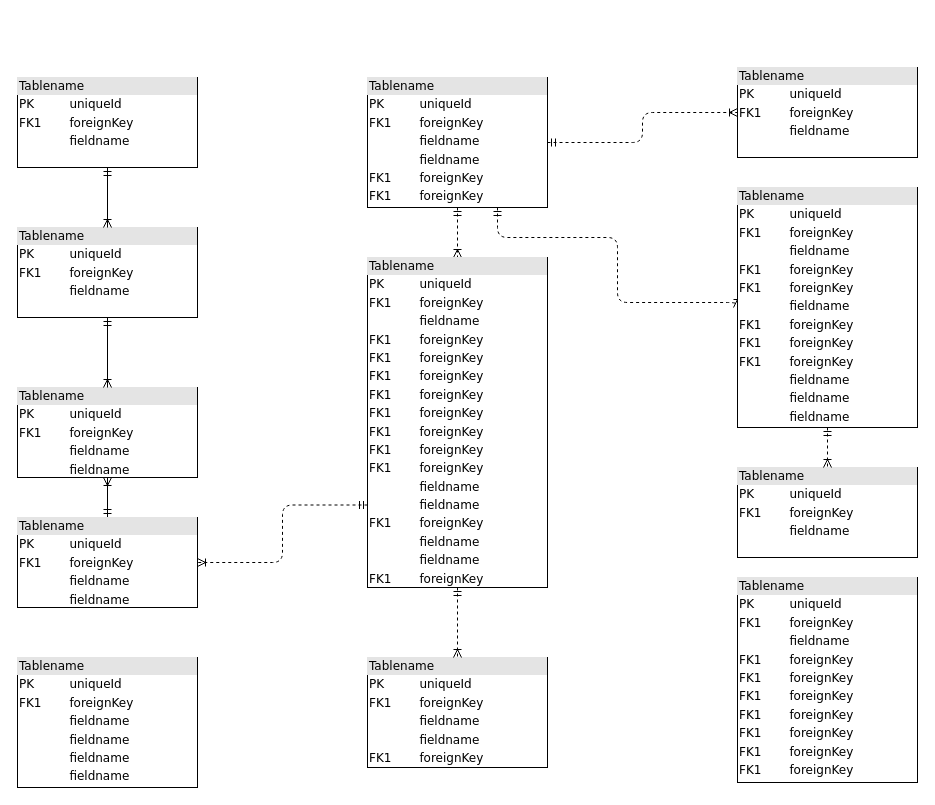
This is test.drawio from Pelifefe/learn-nodejs, a draw.io file, before an edit. Source tidied: cells renumbered, new cells numbered last; positions are measured from the earlier drawing's top-left corner, leaving out a move shared by most shapes. Both pictures are drawn from the tidied source at 100%, with x=0, y=0 at pixel (17, 67).
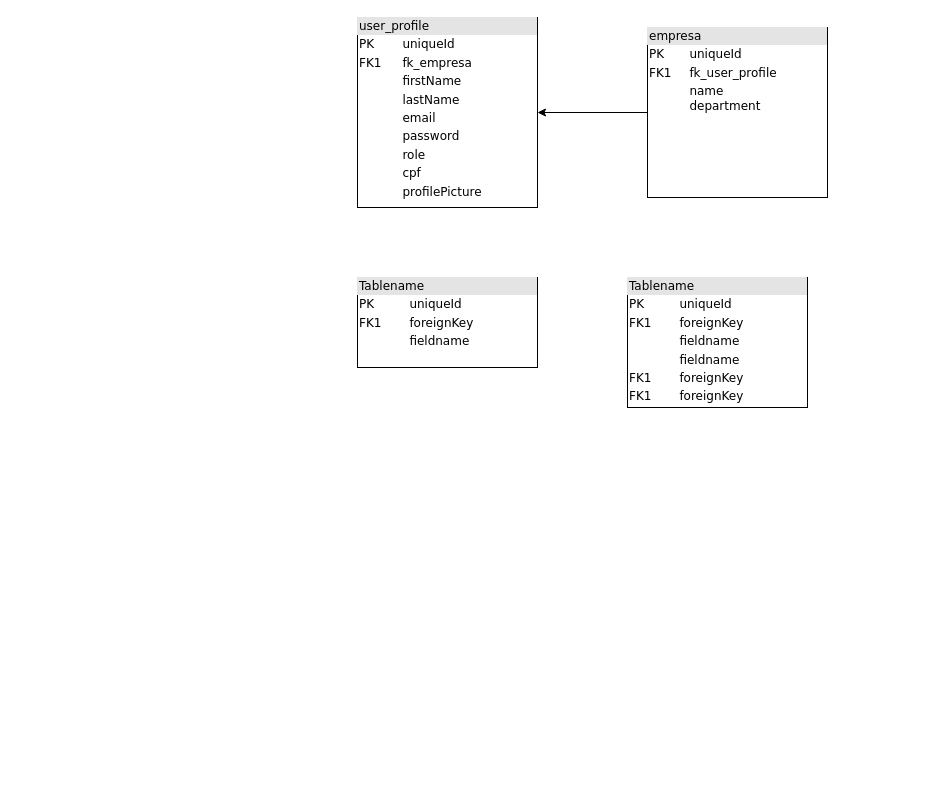
After the change.

Change to the diagram source:
```diff
@@
     <mxCell id="2" value="&lt;div style=&quot;box-sizing:border-box;width:100%;background:#e4e4e4;padding:2px;&quot;&gt;Tablename&lt;/div&gt;&lt;table style=&quot;width:100%;font-size:1em;&quot; cellpadding=&quot;2&quot; cellspacing=&quot;0&quot;&gt;&lt;tr&gt;&lt;td&gt;PK&lt;/td&gt;&lt;td&gt;uniqueId&lt;/td&gt;&lt;/tr&gt;&lt;tr&gt;&lt;td&gt;FK1&lt;/td&gt;&lt;td&gt;foreignKey&lt;/td&gt;&lt;/tr&gt;&lt;tr&gt;&lt;td&gt;&lt;/td&gt;&lt;td&gt;fieldname&lt;/td&gt;&lt;/tr&gt;&lt;/table&gt;" style="verticalAlign=top;align=left;overflow=fill;html=1;rounded=0;shadow=0;comic=0;labelBackgroundColor=none;strokeWidth=1;fontFamily=Verdana;fontSize=12;" parent="1" vertex="1">
-      <mxGeometry y="10" width="180" height="90" as="geometry" />
+      <mxGeometry x="340" y="210" width="180" height="90" as="geometry" />
     </mxCell>
-    <mxCell id="3" style="edgeStyle=orthogonalEdgeStyle;html=1;entryX=0.5;entryY=0;dashed=1;labelBackgroundColor=none;startArrow=ERmandOne;endArrow=ERoneToMany;fontFamily=Verdana;fontSize=12;align=left;" parent="1" edge="1" source="6" target="16">
-      <mxGeometry relative="1" as="geometry" />
-    </mxCell>
-    <mxCell id="4" style="edgeStyle=orthogonalEdgeStyle;html=1;dashed=1;labelBackgroundColor=none;startArrow=ERmandOne;endArrow=ERoneToMany;fontFamily=Verdana;fontSize=12;align=left;entryX=0;entryY=0.5;" parent="1" edge="1" source="6" target="19">
-      <mxGeometry relative="1" as="geometry">
-        <Array as="points">
-          <mxPoint x="480" y="170" />
-          <mxPoint x="600" y="170" />
-          <mxPoint x="600" y="235" />
-        </Array>
-      </mxGeometry>
-    </mxCell>
-    <mxCell id="5" style="edgeStyle=orthogonalEdgeStyle;html=1;dashed=1;labelBackgroundColor=none;startArrow=ERmandOne;endArrow=ERoneToMany;fontFamily=Verdana;fontSize=12;align=left;" parent="1" edge="1" source="6" target="20">
-      <mxGeometry relative="1" as="geometry" />
-    </mxCell>
     <mxCell id="6" value="&lt;div style=&quot;box-sizing: border-box ; width: 100% ; background: #e4e4e4 ; padding: 2px&quot;&gt;Tablename&lt;/div&gt;&lt;table style=&quot;width: 100% ; font-size: 1em&quot; cellpadding=&quot;2&quot; cellspacing=&quot;0&quot;&gt;&lt;tbody&gt;&lt;tr&gt;&lt;td&gt;PK&lt;/td&gt;&lt;td&gt;uniqueId&lt;/td&gt;&lt;/tr&gt;&lt;tr&gt;&lt;td&gt;FK1&lt;/td&gt;&lt;td&gt;foreignKey&lt;/td&gt;&lt;/tr&gt;&lt;tr&gt;&lt;td&gt;&lt;/td&gt;&lt;td&gt;fieldname&lt;/td&gt;&lt;/tr&gt;&lt;tr&gt;&lt;td&gt;&lt;br&gt;&lt;/td&gt;&lt;td&gt;fieldname&lt;br&gt;&lt;/td&gt;&lt;/tr&gt;&lt;tr&gt;&lt;td&gt;FK1&lt;br&gt;&lt;/td&gt;&lt;td&gt;foreignKey&lt;br&gt;&lt;/td&gt;&lt;/tr&gt;&lt;tr&gt;&lt;td&gt;FK1&lt;br&gt;&lt;/td&gt;&lt;td&gt;foreignKey&lt;br&gt;&lt;/td&gt;&lt;/tr&gt;&lt;/tbody&gt;&lt;/table&gt;" style="verticalAlign=top;align=left;overflow=fill;html=1;rounded=0;shadow=0;comic=0;labelBackgroundColor=none;strokeWidth=1;fontFamily=Verdana;fontSize=12;" parent="1" vertex="1">
-      <mxGeometry x="350" y="10" width="180" height="130" as="geometry" />
+      <mxGeometry x="610" y="210" width="180" height="130" as="geometry" />
     </mxCell>
-    <mxCell id="7" style="edgeStyle=orthogonalEdgeStyle;html=1;labelBackgroundColor=none;startArrow=ERmandOne;endArrow=ERoneToMany;fontFamily=Verdana;fontSize=12;align=left;" parent="1" edge="1" source="9" target="10">
-      <mxGeometry relative="1" as="geometry" />
-    </mxCell>
-    <mxCell id="8" style="edgeStyle=orthogonalEdgeStyle;html=1;exitX=0;exitY=0.75;entryX=1;entryY=0.5;dashed=1;labelBackgroundColor=none;startArrow=ERmandOne;endArrow=ERoneToMany;fontFamily=Verdana;fontSize=12;align=left;" parent="1" edge="1" source="16" target="9">
-      <mxGeometry relative="1" as="geometry" />
-    </mxCell>
-    <mxCell id="9" value="&lt;div style=&quot;box-sizing: border-box ; width: 100% ; background: #e4e4e4 ; padding: 2px&quot;&gt;Tablename&lt;/div&gt;&lt;table style=&quot;width: 100% ; font-size: 1em&quot; cellpadding=&quot;2&quot; cellspacing=&quot;0&quot;&gt;&lt;tbody&gt;&lt;tr&gt;&lt;td&gt;PK&lt;/td&gt;&lt;td&gt;uniqueId&lt;/td&gt;&lt;/tr&gt;&lt;tr&gt;&lt;td&gt;FK1&lt;/td&gt;&lt;td&gt;foreignKey&lt;/td&gt;&lt;/tr&gt;&lt;tr&gt;&lt;td&gt;&lt;/td&gt;&lt;td&gt;fieldname&lt;/td&gt;&lt;/tr&gt;&lt;tr&gt;&lt;td&gt;&lt;br&gt;&lt;/td&gt;&lt;td&gt;fieldname&lt;br&gt;&lt;/td&gt;&lt;/tr&gt;&lt;/tbody&gt;&lt;/table&gt;" style="verticalAlign=top;align=left;overflow=fill;html=1;rounded=0;shadow=0;comic=0;labelBackgroundColor=none;strokeWidth=1;fontFamily=Verdana;fontSize=12;" parent="1" vertex="1">
-      <mxGeometry y="450" width="180" height="90" as="geometry" />
-    </mxCell>
-    <mxCell id="10" value="&lt;div style=&quot;box-sizing: border-box ; width: 100% ; background: #e4e4e4 ; padding: 2px&quot;&gt;Tablename&lt;/div&gt;&lt;table style=&quot;width: 100% ; font-size: 1em&quot; cellpadding=&quot;2&quot; cellspacing=&quot;0&quot;&gt;&lt;tbody&gt;&lt;tr&gt;&lt;td&gt;PK&lt;/td&gt;&lt;td&gt;uniqueId&lt;/td&gt;&lt;/tr&gt;&lt;tr&gt;&lt;td&gt;FK1&lt;/td&gt;&lt;td&gt;foreignKey&lt;/td&gt;&lt;/tr&gt;&lt;tr&gt;&lt;td&gt;&lt;/td&gt;&lt;td&gt;fieldname&lt;/td&gt;&lt;/tr&gt;&lt;tr&gt;&lt;td&gt;&lt;br&gt;&lt;/td&gt;&lt;td&gt;fieldname&lt;br&gt;&lt;/td&gt;&lt;/tr&gt;&lt;/tbody&gt;&lt;/table&gt;" style="verticalAlign=top;align=left;overflow=fill;html=1;rounded=0;shadow=0;comic=0;labelBackgroundColor=none;strokeWidth=1;fontFamily=Verdana;fontSize=12;" parent="1" vertex="1">
-      <mxGeometry y="320" width="180" height="90" as="geometry" />
-    </mxCell>
-    <mxCell id="11" style="edgeStyle=orthogonalEdgeStyle;html=1;entryX=0.5;entryY=0;labelBackgroundColor=none;startArrow=ERmandOne;endArrow=ERoneToMany;fontFamily=Verdana;fontSize=12;align=left;" parent="1" edge="1" source="12" target="10">
-      <mxGeometry relative="1" as="geometry" />
-    </mxCell>
-    <mxCell id="12" value="&lt;div style=&quot;box-sizing:border-box;width:100%;background:#e4e4e4;padding:2px;&quot;&gt;Tablename&lt;/div&gt;&lt;table style=&quot;width:100%;font-size:1em;&quot; cellpadding=&quot;2&quot; cellspacing=&quot;0&quot;&gt;&lt;tr&gt;&lt;td&gt;PK&lt;/td&gt;&lt;td&gt;uniqueId&lt;/td&gt;&lt;/tr&gt;&lt;tr&gt;&lt;td&gt;FK1&lt;/td&gt;&lt;td&gt;foreignKey&lt;/td&gt;&lt;/tr&gt;&lt;tr&gt;&lt;td&gt;&lt;/td&gt;&lt;td&gt;fieldname&lt;/td&gt;&lt;/tr&gt;&lt;/table&gt;" style="verticalAlign=top;align=left;overflow=fill;html=1;rounded=0;shadow=0;comic=0;labelBackgroundColor=none;strokeWidth=1;fontFamily=Verdana;fontSize=12;" parent="1" vertex="1">
-      <mxGeometry y="160" width="180" height="90" as="geometry" />
-    </mxCell>
-    <mxCell id="13" value="&lt;div style=&quot;box-sizing: border-box ; width: 100% ; background: #e4e4e4 ; padding: 2px&quot;&gt;Tablename&lt;/div&gt;&lt;table style=&quot;width: 100% ; font-size: 1em&quot; cellpadding=&quot;2&quot; cellspacing=&quot;0&quot;&gt;&lt;tbody&gt;&lt;tr&gt;&lt;td&gt;PK&lt;/td&gt;&lt;td&gt;uniqueId&lt;/td&gt;&lt;/tr&gt;&lt;tr&gt;&lt;td&gt;FK1&lt;/td&gt;&lt;td&gt;foreignKey&lt;/td&gt;&lt;/tr&gt;&lt;tr&gt;&lt;td&gt;&lt;/td&gt;&lt;td&gt;fieldname&lt;/td&gt;&lt;/tr&gt;&lt;tr&gt;&lt;td&gt;FK1&lt;br&gt;&lt;/td&gt;&lt;td&gt;foreignKey&lt;br&gt;&lt;/td&gt;&lt;/tr&gt;&lt;tr&gt;&lt;td&gt;FK1&lt;br&gt;&lt;/td&gt;&lt;td&gt;foreignKey&lt;br&gt;&lt;/td&gt;&lt;/tr&gt;&lt;tr&gt;&lt;td&gt;FK1&lt;br&gt;&lt;/td&gt;&lt;td&gt;foreignKey&lt;br&gt;&lt;/td&gt;&lt;/tr&gt;&lt;tr&gt;&lt;td&gt;FK1&lt;br&gt;&lt;/td&gt;&lt;td&gt;foreignKey&lt;br&gt;&lt;/td&gt;&lt;/tr&gt;&lt;tr&gt;&lt;td&gt;FK1&lt;br&gt;&lt;/td&gt;&lt;td&gt;foreignKey&lt;br&gt;&lt;/td&gt;&lt;/tr&gt;&lt;tr&gt;&lt;td&gt;FK1&lt;br&gt;&lt;/td&gt;&lt;td&gt;foreignKey&lt;br&gt;&lt;/td&gt;&lt;/tr&gt;&lt;tr&gt;&lt;td&gt;FK1&lt;br&gt;&lt;/td&gt;&lt;td&gt;foreignKey&lt;br&gt;&lt;/td&gt;&lt;/tr&gt;&lt;/tbody&gt;&lt;/table&gt;" style="verticalAlign=top;align=left;overflow=fill;html=1;rounded=0;shadow=0;comic=0;labelBackgroundColor=none;strokeWidth=1;fontFamily=Verdana;fontSize=12;" parent="1" vertex="1">
-      <mxGeometry x="720" y="510" width="180" height="205" as="geometry" />
-    </mxCell>
-    <mxCell id="14" value="&lt;div style=&quot;box-sizing: border-box ; width: 100% ; background: #e4e4e4 ; padding: 2px&quot;&gt;Tablename&lt;/div&gt;&lt;table style=&quot;width: 100% ; font-size: 1em&quot; cellpadding=&quot;2&quot; cellspacing=&quot;0&quot;&gt;&lt;tbody&gt;&lt;tr&gt;&lt;td&gt;PK&lt;/td&gt;&lt;td&gt;uniqueId&lt;/td&gt;&lt;/tr&gt;&lt;tr&gt;&lt;td&gt;FK1&lt;/td&gt;&lt;td&gt;foreignKey&lt;/td&gt;&lt;/tr&gt;&lt;tr&gt;&lt;td&gt;&lt;/td&gt;&lt;td&gt;fieldname&lt;/td&gt;&lt;/tr&gt;&lt;tr&gt;&lt;td&gt;&lt;br&gt;&lt;/td&gt;&lt;td&gt;fieldname&lt;br&gt;&lt;/td&gt;&lt;/tr&gt;&lt;tr&gt;&lt;td&gt;FK1&lt;br&gt;&lt;/td&gt;&lt;td&gt;foreignKey&lt;br&gt;&lt;/td&gt;&lt;/tr&gt;&lt;/tbody&gt;&lt;/table&gt;" style="verticalAlign=top;align=left;overflow=fill;html=1;rounded=0;shadow=0;comic=0;labelBackgroundColor=none;strokeWidth=1;fontFamily=Verdana;fontSize=12;" parent="1" vertex="1">
-      <mxGeometry x="350" y="590" width="180" height="110" as="geometry" />
-    </mxCell>
-    <mxCell id="15" style="edgeStyle=orthogonalEdgeStyle;html=1;entryX=0.5;entryY=0;labelBackgroundColor=none;startArrow=ERmandOne;endArrow=ERoneToMany;fontFamily=Verdana;fontSize=12;align=left;dashed=1;" parent="1" edge="1" source="16" target="14">
-      <mxGeometry relative="1" as="geometry" />
-    </mxCell>
-    <mxCell id="16" value="&lt;div style=&quot;box-sizing: border-box ; width: 100% ; background: #e4e4e4 ; padding: 2px&quot;&gt;Tablename&lt;/div&gt;&lt;table style=&quot;width: 100% ; font-size: 1em&quot; cellpadding=&quot;2&quot; cellspacing=&quot;0&quot;&gt;&lt;tbody&gt;&lt;tr&gt;&lt;td&gt;PK&lt;/td&gt;&lt;td&gt;uniqueId&lt;/td&gt;&lt;/tr&gt;&lt;tr&gt;&lt;td&gt;FK1&lt;/td&gt;&lt;td&gt;foreignKey&lt;/td&gt;&lt;/tr&gt;&lt;tr&gt;&lt;td&gt;&lt;/td&gt;&lt;td&gt;fieldname&lt;/td&gt;&lt;/tr&gt;&lt;tr&gt;&lt;td&gt;FK1&lt;br&gt;&lt;/td&gt;&lt;td&gt;foreignKey&lt;br&gt;&lt;/td&gt;&lt;/tr&gt;&lt;tr&gt;&lt;td&gt;FK1&lt;br&gt;&lt;/td&gt;&lt;td&gt;foreignKey&lt;br&gt;&lt;/td&gt;&lt;/tr&gt;&lt;tr&gt;&lt;td&gt;FK1&lt;br&gt;&lt;/td&gt;&lt;td&gt;foreignKey&lt;br&gt;&lt;/td&gt;&lt;/tr&gt;&lt;tr&gt;&lt;td&gt;FK1&lt;br&gt;&lt;/td&gt;&lt;td&gt;foreignKey&lt;br&gt;&lt;/td&gt;&lt;/tr&gt;&lt;tr&gt;&lt;td&gt;FK1&lt;br&gt;&lt;/td&gt;&lt;td&gt;foreignKey&lt;br&gt;&lt;/td&gt;&lt;/tr&gt;&lt;tr&gt;&lt;td&gt;FK1&lt;br&gt;&lt;/td&gt;&lt;td&gt;foreignKey&lt;br&gt;&lt;/td&gt;&lt;/tr&gt;&lt;tr&gt;&lt;td&gt;FK1&lt;br&gt;&lt;/td&gt;&lt;td&gt;foreignKey&lt;br&gt;&lt;/td&gt;&lt;/tr&gt;&lt;tr&gt;&lt;td&gt;FK1&lt;br&gt;&lt;/td&gt;&lt;td&gt;foreignKey&lt;br&gt;&lt;/td&gt;&lt;/tr&gt;&lt;tr&gt;&lt;td&gt;&lt;br&gt;&lt;/td&gt;&lt;td&gt;fieldname&lt;br&gt;&lt;/td&gt;&lt;/tr&gt;&lt;tr&gt;&lt;td&gt;&lt;br&gt;&lt;/td&gt;&lt;td&gt;fieldname&lt;br&gt;&lt;/td&gt;&lt;/tr&gt;&lt;tr&gt;&lt;td&gt;FK1&lt;br&gt;&lt;/td&gt;&lt;td&gt;foreignKey&lt;br&gt;&lt;/td&gt;&lt;/tr&gt;&lt;tr&gt;&lt;td&gt;&lt;br&gt;&lt;/td&gt;&lt;td&gt;fieldname&lt;br&gt;&lt;/td&gt;&lt;/tr&gt;&lt;tr&gt;&lt;td&gt;&lt;br&gt;&lt;/td&gt;&lt;td&gt;fieldname&lt;br&gt;&lt;/td&gt;&lt;/tr&gt;&lt;tr&gt;&lt;td&gt;FK1&lt;br&gt;&lt;/td&gt;&lt;td&gt;foreignKey&lt;br&gt;&lt;/td&gt;&lt;/tr&gt;&lt;/tbody&gt;&lt;/table&gt;" style="verticalAlign=top;align=left;overflow=fill;html=1;rounded=0;shadow=0;comic=0;labelBackgroundColor=none;strokeWidth=1;fontFamily=Verdana;fontSize=12;" parent="1" vertex="1">
-      <mxGeometry x="350" y="190" width="180" height="330" as="geometry" />
-    </mxCell>
-    <mxCell id="17" value="&lt;div style=&quot;box-sizing:border-box;width:100%;background:#e4e4e4;padding:2px;&quot;&gt;Tablename&lt;/div&gt;&lt;table style=&quot;width:100%;font-size:1em;&quot; cellpadding=&quot;2&quot; cellspacing=&quot;0&quot;&gt;&lt;tr&gt;&lt;td&gt;PK&lt;/td&gt;&lt;td&gt;uniqueId&lt;/td&gt;&lt;/tr&gt;&lt;tr&gt;&lt;td&gt;FK1&lt;/td&gt;&lt;td&gt;foreignKey&lt;/td&gt;&lt;/tr&gt;&lt;tr&gt;&lt;td&gt;&lt;/td&gt;&lt;td&gt;fieldname&lt;/td&gt;&lt;/tr&gt;&lt;/table&gt;" style="verticalAlign=top;align=left;overflow=fill;html=1;rounded=0;shadow=0;comic=0;labelBackgroundColor=none;strokeWidth=1;fontFamily=Verdana;fontSize=12;" parent="1" vertex="1">
-      <mxGeometry x="720" y="400" width="180" height="90" as="geometry" />
-    </mxCell>
-    <mxCell id="18" style="edgeStyle=orthogonalEdgeStyle;html=1;entryX=0.5;entryY=0;dashed=1;labelBackgroundColor=none;startArrow=ERmandOne;endArrow=ERoneToMany;fontFamily=Verdana;fontSize=12;align=left;" parent="1" edge="1" source="19" target="17">
-      <mxGeometry relative="1" as="geometry" />
-    </mxCell>
-    <mxCell id="19" value="&lt;div style=&quot;box-sizing: border-box ; width: 100% ; background: #e4e4e4 ; padding: 2px&quot;&gt;Tablename&lt;/div&gt;&lt;table style=&quot;width: 100% ; font-size: 1em&quot; cellpadding=&quot;2&quot; cellspacing=&quot;0&quot;&gt;&lt;tbody&gt;&lt;tr&gt;&lt;td&gt;PK&lt;/td&gt;&lt;td&gt;uniqueId&lt;/td&gt;&lt;/tr&gt;&lt;tr&gt;&lt;td&gt;FK1&lt;/td&gt;&lt;td&gt;foreignKey&lt;/td&gt;&lt;/tr&gt;&lt;tr&gt;&lt;td&gt;&lt;/td&gt;&lt;td&gt;fieldname&lt;/td&gt;&lt;/tr&gt;&lt;tr&gt;&lt;td&gt;FK1&lt;br&gt;&lt;/td&gt;&lt;td&gt;foreignKey&lt;br&gt;&lt;/td&gt;&lt;/tr&gt;&lt;tr&gt;&lt;td&gt;FK1&lt;br&gt;&lt;/td&gt;&lt;td&gt;foreignKey&lt;br&gt;&lt;/td&gt;&lt;/tr&gt;&lt;tr&gt;&lt;td&gt;&lt;br&gt;&lt;/td&gt;&lt;td&gt;fieldname&lt;br&gt;&lt;/td&gt;&lt;/tr&gt;&lt;tr&gt;&lt;td&gt;FK1&lt;br&gt;&lt;/td&gt;&lt;td&gt;foreignKey&lt;br&gt;&lt;/td&gt;&lt;/tr&gt;&lt;tr&gt;&lt;td&gt;FK1&lt;br&gt;&lt;/td&gt;&lt;td&gt;foreignKey&lt;br&gt;&lt;/td&gt;&lt;/tr&gt;&lt;tr&gt;&lt;td&gt;FK1&lt;br&gt;&lt;/td&gt;&lt;td&gt;foreignKey&lt;br&gt;&lt;/td&gt;&lt;/tr&gt;&lt;tr&gt;&lt;td&gt;&lt;br&gt;&lt;/td&gt;&lt;td&gt;fieldname&lt;br&gt;&lt;/td&gt;&lt;/tr&gt;&lt;tr&gt;&lt;td&gt;&lt;br&gt;&lt;/td&gt;&lt;td&gt;fieldname&lt;br&gt;&lt;/td&gt;&lt;/tr&gt;&lt;tr&gt;&lt;td&gt;&lt;br&gt;&lt;/td&gt;&lt;td&gt;fieldname&lt;br&gt;&lt;/td&gt;&lt;/tr&gt;&lt;/tbody&gt;&lt;/table&gt;" style="verticalAlign=top;align=left;overflow=fill;html=1;rounded=0;shadow=0;comic=0;labelBackgroundColor=none;strokeWidth=1;fontFamily=Verdana;fontSize=12;" parent="1" vertex="1">
-      <mxGeometry x="720" y="120" width="180" height="240" as="geometry" />
+    <mxCell id="19" value="&lt;div style=&quot;box-sizing: border-box; width: 100%; background: rgb(228, 228, 228); padding: 2px;&quot;&gt;user_profile&lt;/div&gt;&lt;table style=&quot;width: 100% ; font-size: 1em&quot; cellpadding=&quot;2&quot; cellspacing=&quot;0&quot;&gt;&lt;tbody&gt;&lt;tr&gt;&lt;td&gt;PK&lt;/td&gt;&lt;td&gt;uniqueId&lt;/td&gt;&lt;/tr&gt;&lt;tr&gt;&lt;td&gt;FK1&lt;/td&gt;&lt;td&gt;fk_empresa&lt;/td&gt;&lt;/tr&gt;&lt;tr&gt;&lt;td&gt;&lt;/td&gt;&lt;td&gt;firstName&lt;/td&gt;&lt;/tr&gt;&lt;tr&gt;&lt;td&gt;&lt;br&gt;&lt;/td&gt;&lt;td&gt;lastName&lt;br&gt;&lt;/td&gt;&lt;/tr&gt;&lt;tr&gt;&lt;td&gt;&lt;br&gt;&lt;/td&gt;&lt;td&gt;email&lt;br&gt;&lt;/td&gt;&lt;/tr&gt;&lt;tr&gt;&lt;td&gt;&lt;br&gt;&lt;/td&gt;&lt;td&gt;password&lt;br&gt;&lt;/td&gt;&lt;/tr&gt;&lt;tr&gt;&lt;td&gt;&lt;br&gt;&lt;/td&gt;&lt;td&gt;role&lt;/td&gt;&lt;/tr&gt;&lt;tr&gt;&lt;td&gt;&lt;br&gt;&lt;/td&gt;&lt;td&gt;cpf&lt;/td&gt;&lt;/tr&gt;&lt;tr&gt;&lt;td&gt;&lt;br&gt;&lt;/td&gt;&lt;td&gt;profilePicture&lt;/td&gt;&lt;/tr&gt;&lt;tr&gt;&lt;td&gt;&lt;br&gt;&lt;/td&gt;&lt;td&gt;&lt;br&gt;&lt;/td&gt;&lt;/tr&gt;&lt;tr&gt;&lt;td&gt;&lt;br&gt;&lt;/td&gt;&lt;td&gt;&lt;br&gt;&lt;/td&gt;&lt;/tr&gt;&lt;tr&gt;&lt;td&gt;&lt;br&gt;&lt;/td&gt;&lt;td&gt;&lt;br&gt;&lt;/td&gt;&lt;/tr&gt;&lt;/tbody&gt;&lt;/table&gt;" style="verticalAlign=top;align=left;overflow=fill;html=1;rounded=0;shadow=0;comic=0;labelBackgroundColor=none;strokeWidth=1;fontFamily=Verdana;fontSize=12;" parent="1" vertex="1">
+      <mxGeometry x="340" y="-50" width="180" height="190" as="geometry" />
     </mxCell>
+    <mxCell id="23" style="edgeStyle=orthogonalEdgeStyle;rounded=0;jettySize=auto;html=1;" parent="1" edge="1" source="20" target="19">
+      <mxGeometry relative="1" as="geometry" />
+    </mxCell>
-    <mxCell id="20" value="&lt;div style=&quot;box-sizing:border-box;width:100%;background:#e4e4e4;padding:2px;&quot;&gt;Tablename&lt;/div&gt;&lt;table style=&quot;width:100%;font-size:1em;&quot; cellpadding=&quot;2&quot; cellspacing=&quot;0&quot;&gt;&lt;tr&gt;&lt;td&gt;PK&lt;/td&gt;&lt;td&gt;uniqueId&lt;/td&gt;&lt;/tr&gt;&lt;tr&gt;&lt;td&gt;FK1&lt;/td&gt;&lt;td&gt;foreignKey&lt;/td&gt;&lt;/tr&gt;&lt;tr&gt;&lt;td&gt;&lt;/td&gt;&lt;td&gt;fieldname&lt;/td&gt;&lt;/tr&gt;&lt;/table&gt;" style="verticalAlign=top;align=left;overflow=fill;html=1;rounded=0;shadow=0;comic=0;labelBackgroundColor=none;strokeWidth=1;fontFamily=Verdana;fontSize=12;" parent="1" vertex="1">
-      <mxGeometry x="720" width="180" height="90" as="geometry" />
+    <mxCell id="20" value="&lt;div style=&quot;box-sizing: border-box; width: 100%; background: rgb(228, 228, 228); padding: 2px;&quot;&gt;empresa&lt;/div&gt;&lt;table style=&quot;width:100%;font-size:1em;&quot; cellpadding=&quot;2&quot; cellspacing=&quot;0&quot;&gt;&lt;tbody&gt;&lt;tr&gt;&lt;td&gt;PK&lt;/td&gt;&lt;td&gt;uniqueId&lt;/td&gt;&lt;/tr&gt;&lt;tr&gt;&lt;td&gt;FK1&lt;/td&gt;&lt;td&gt;fk_user_profile&lt;/td&gt;&lt;/tr&gt;&lt;tr&gt;&lt;td&gt;&lt;/td&gt;&lt;td&gt;name&lt;br&gt;department&lt;br&gt;&lt;br&gt;&lt;br&gt;&lt;/td&gt;&lt;/tr&gt;&lt;/tbody&gt;&lt;/table&gt;" style="verticalAlign=top;align=left;overflow=fill;html=1;rounded=0;shadow=0;comic=0;labelBackgroundColor=none;strokeWidth=1;fontFamily=Verdana;fontSize=12;" parent="1" vertex="1">
+      <mxGeometry x="630" y="-40" width="180" height="170" as="geometry" />
     </mxCell>
-    <mxCell id="21" value="&lt;div style=&quot;box-sizing: border-box ; width: 100% ; background: #e4e4e4 ; padding: 2px&quot;&gt;Tablename&lt;/div&gt;&lt;table style=&quot;width: 100% ; font-size: 1em&quot; cellpadding=&quot;2&quot; cellspacing=&quot;0&quot;&gt;&lt;tbody&gt;&lt;tr&gt;&lt;td&gt;PK&lt;/td&gt;&lt;td&gt;uniqueId&lt;/td&gt;&lt;/tr&gt;&lt;tr&gt;&lt;td&gt;FK1&lt;/td&gt;&lt;td&gt;foreignKey&lt;/td&gt;&lt;/tr&gt;&lt;tr&gt;&lt;td&gt;&lt;/td&gt;&lt;td&gt;fieldname&lt;/td&gt;&lt;/tr&gt;&lt;tr&gt;&lt;td&gt;&lt;br&gt;&lt;/td&gt;&lt;td&gt;fieldname&lt;br&gt;&lt;/td&gt;&lt;/tr&gt;&lt;tr&gt;&lt;td&gt;&lt;br&gt;&lt;/td&gt;&lt;td&gt;fieldname&lt;br&gt;&lt;/td&gt;&lt;/tr&gt;&lt;tr&gt;&lt;td&gt;&lt;br&gt;&lt;/td&gt;&lt;td&gt;fieldname&lt;br&gt;&lt;/td&gt;&lt;/tr&gt;&lt;/tbody&gt;&lt;/table&gt;" style="verticalAlign=top;align=left;overflow=fill;html=1;rounded=0;shadow=0;comic=0;labelBackgroundColor=none;strokeWidth=1;fontFamily=Verdana;fontSize=12;" parent="1" vertex="1">
-      <mxGeometry y="590" width="180" height="130" as="geometry" />
-    </mxCell>
-    <mxCell id="22" style="edgeStyle=orthogonalEdgeStyle;html=1;endArrow=ERoneToMany;startArrow=ERmandOne;labelBackgroundColor=none;fontFamily=Verdana;fontSize=12;align=left;exitX=0.5;exitY=1;entryX=0.5;entryY=0;" parent="1" edge="1" source="2" target="12">
-      <mxGeometry relative="1" as="geometry" />
-    </mxCell>
```
